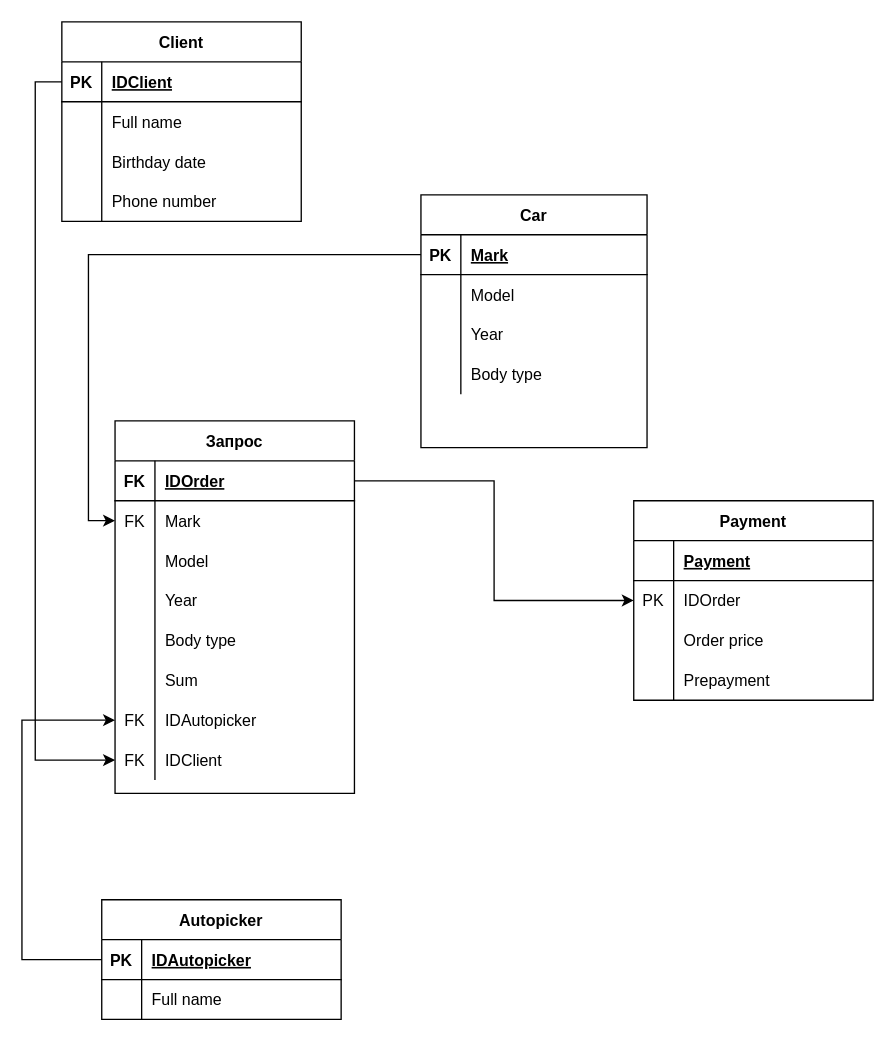
Earlier version of the draw.io diagram ER.drawio (maksaev62/repr1). Source tidied: cells renumbered, new cells numbered last; positions are measured from the earlier drawing's top-left corner, leaving out a move shared by most shapes. Both pictures are drawn from the tidied source at 133%, with x=0, y=0 at pixel (21, 21).
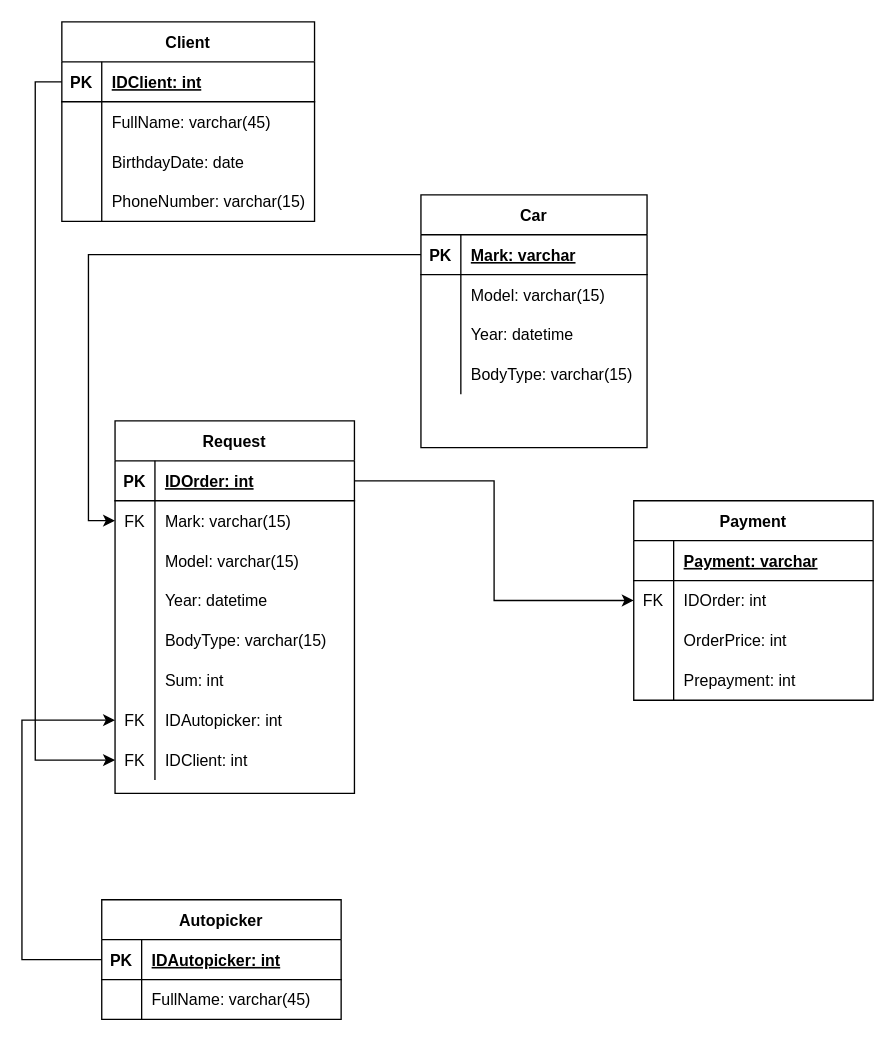
The same diagram, later.

The change refers to these unchanged cells:
```xml
<mxCell id="16" style="shape=partialRectangle;fillColor=none;top=0;left=0;bottom=1;right=0;points=[[0,0.5],[1,0.5]];portConstraint=eastwest;" parent="15" vertex="1">
  <mxGeometry y="30" width="180" height="30" as="geometry" />
</mxCell>
<mxCell id="19" style="shape=partialRectangle;fillColor=none;top=0;left=0;bottom=0;right=0;points=[[0,0.5],[1,0.5]];portConstraint=eastwest;" parent="15" vertex="1">
  <mxGeometry y="60" width="180" height="30" as="geometry" />
</mxCell>
<mxCell id="22" style="shape=partialRectangle;fillColor=none;top=0;left=0;bottom=0;right=0;" parent="15" vertex="1">
  <mxGeometry y="90" width="180" height="30" as="geometry" />
</mxCell>
<mxCell id="25" style="shape=partialRectangle;fillColor=none;top=0;left=0;bottom=0;right=0;" parent="15" vertex="1">
  <mxGeometry y="120" width="180" height="30" as="geometry" />
</mxCell>
<mxCell id="28" style="shape=partialRectangle;fillColor=none;top=0;left=0;bottom=0;right=0;" parent="15" vertex="1">
  <mxGeometry y="150" width="180" height="30" as="geometry" />
</mxCell>
<mxCell id="31" style="shape=partialRectangle;fillColor=none;top=0;left=0;bottom=0;right=0;" parent="15" vertex="1">
  <mxGeometry y="180" width="180" height="30" as="geometry" />
</mxCell>
<mxCell id="34" style="shape=partialRectangle;fillColor=none;top=0;left=0;bottom=0;right=0;points=[[0,0.5],[1,0.5]];portConstraint=eastwest;" parent="15" vertex="1">
  <mxGeometry y="210" width="180" height="30" as="geometry" />
</mxCell>
<mxCell id="37" style="shape=partialRectangle;fillColor=none;top=0;left=0;bottom=0;right=0;points=[[0,0.5],[1,0.5]];portConstraint=eastwest;" parent="15" vertex="1">
  <mxGeometry y="240" width="180" height="30" as="geometry" />
</mxCell>
<mxCell id="41" style="shape=partialRectangle;fillColor=none;top=0;left=0;bottom=1;right=0;points=[[0,0.5],[1,0.5]];portConstraint=eastwest;" parent="40" vertex="1">
  <mxGeometry y="30" width="170" height="30" as="geometry" />
</mxCell>
<mxCell id="44" style="shape=partialRectangle;fillColor=none;top=0;left=0;bottom=0;right=0;" parent="40" vertex="1">
  <mxGeometry y="60" width="170" height="30" as="geometry" />
</mxCell>
<mxCell id="47" style="shape=partialRectangle;fillColor=none;top=0;left=0;bottom=0;right=0;" parent="40" vertex="1">
  <mxGeometry y="90" width="170" height="30" as="geometry" />
</mxCell>
<mxCell id="50" style="shape=partialRectangle;fillColor=none;top=0;left=0;bottom=0;right=0;" parent="40" vertex="1">
  <mxGeometry y="120" width="170" height="30" as="geometry" />
</mxCell>
<mxCell id="54" style="shape=partialRectangle;fillColor=none;top=0;left=0;bottom=1;right=0;points=[[0,0.5],[1,0.5]];portConstraint=eastwest;" parent="53" vertex="1">
  <mxGeometry y="30" width="180" height="30" as="geometry" />
</mxCell>
<mxCell id="57" style="shape=partialRectangle;fillColor=none;top=0;left=0;bottom=0;right=0;" parent="53" vertex="1">
  <mxGeometry y="60" width="180" height="30" as="geometry" />
</mxCell>
<mxCell id="61" style="shape=partialRectangle;fillColor=none;top=0;left=0;bottom=1;right=0;" parent="60" vertex="1">
  <mxGeometry y="30" width="180" height="30" as="geometry" />
</mxCell>
<mxCell id="64" style="shape=partialRectangle;fillColor=none;top=0;left=0;bottom=0;right=0;points=[[0,0.5],[1,0.5]];portConstraint=eastwest;" parent="60" vertex="1">
  <mxGeometry y="60" width="180" height="30" as="geometry" />
</mxCell>
<mxCell id="67" style="shape=partialRectangle;fillColor=none;top=0;left=0;bottom=0;right=0;" parent="60" vertex="1">
  <mxGeometry y="90" width="180" height="30" as="geometry" />
</mxCell>
<mxCell id="70" style="shape=partialRectangle;fillColor=none;top=0;left=0;bottom=0;right=0;" parent="60" vertex="1">
  <mxGeometry y="120" width="180" height="30" as="geometry" />
</mxCell>
```

Change to the diagram source:
```diff
@@
     <mxCell id="2" value="Client" style="shape=table;startSize=30;childLayout=tableLayout;rowLines=0;fontStyle=1;align=center;" parent="1" vertex="1">
-      <mxGeometry x="30" width="180" height="150" as="geometry" />
+      <mxGeometry x="30" width="190" height="150" as="geometry" />
     </mxCell>
     <mxCell id="3" style="shape=partialRectangle;fillColor=none;top=0;left=0;bottom=1;right=0;points=[[0,0.5],[1,0.5]];portConstraint=eastwest;" parent="2" vertex="1">
-      <mxGeometry y="30" width="180" height="30" as="geometry" />
+      <mxGeometry y="30" width="190" height="30" as="geometry" />
     </mxCell>
@@
-    <mxCell id="5" value="IDClient" style="shape=partialRectangle;fillColor=none;top=0;left=0;bottom=0;right=0;align=left;spacingLeft=6;fontStyle=5;overflow=hidden;" parent="3" vertex="1">
-      <mxGeometry x="30" width="150" height="30" as="geometry" />
+    <mxCell id="5" value="IDClient: int" style="shape=partialRectangle;fillColor=none;top=0;left=0;bottom=0;right=0;align=left;spacingLeft=6;fontStyle=5;overflow=hidden;" parent="3" vertex="1">
+      <mxGeometry x="30" width="160" height="30" as="geometry" />
     </mxCell>
     <mxCell id="6" style="shape=partialRectangle;fillColor=none;top=0;left=0;bottom=0;right=0;" parent="2" vertex="1">
-      <mxGeometry y="60" width="180" height="30" as="geometry" />
+      <mxGeometry y="60" width="190" height="30" as="geometry" />
     </mxCell>
@@
-    <mxCell id="8" value="Full name" style="shape=partialRectangle;fillColor=none;top=0;left=0;bottom=0;right=0;align=left;spacingLeft=6;overflow=hidden;" parent="6" vertex="1">
-      <mxGeometry x="30" width="150" height="30" as="geometry" />
+    <mxCell id="8" value="FullName: varchar(45)" style="shape=partialRectangle;fillColor=none;top=0;left=0;bottom=0;right=0;align=left;spacingLeft=6;overflow=hidden;" parent="6" vertex="1">
+      <mxGeometry x="30" width="160" height="30" as="geometry" />
     </mxCell>
     <mxCell id="9" style="shape=partialRectangle;fillColor=none;top=0;left=0;bottom=0;right=0;" parent="2" vertex="1">
-      <mxGeometry y="90" width="180" height="30" as="geometry" />
+      <mxGeometry y="90" width="190" height="30" as="geometry" />
     </mxCell>
@@
-    <mxCell id="11" value="Birthday date" style="shape=partialRectangle;fillColor=none;top=0;left=0;bottom=0;right=0;align=left;spacingLeft=6;overflow=hidden;" parent="9" vertex="1">
-      <mxGeometry x="30" width="150" height="30" as="geometry" />
+    <mxCell id="11" value="BirthdayDate: date" style="shape=partialRectangle;fillColor=none;top=0;left=0;bottom=0;right=0;align=left;spacingLeft=6;overflow=hidden;" parent="9" vertex="1">
+      <mxGeometry x="30" width="160" height="30" as="geometry" />
     </mxCell>
     <mxCell id="12" style="shape=partialRectangle;fillColor=none;top=0;left=0;bottom=0;right=0;" parent="2" vertex="1">
-      <mxGeometry y="120" width="180" height="30" as="geometry" />
+      <mxGeometry y="120" width="190" height="30" as="geometry" />
     </mxCell>
@@
-    <mxCell id="14" value="Phone number" style="shape=partialRectangle;fillColor=none;top=0;left=0;bottom=0;right=0;align=left;spacingLeft=6;overflow=hidden;" parent="12" vertex="1">
-      <mxGeometry x="30" width="150" height="30" as="geometry" />
+    <mxCell id="14" value="PhoneNumber: varchar(15)" style="shape=partialRectangle;fillColor=none;top=0;left=0;bottom=0;right=0;align=left;spacingLeft=6;overflow=hidden;" parent="12" vertex="1">
+      <mxGeometry x="30" width="160" height="30" as="geometry" />
     </mxCell>
-    <mxCell id="15" value="Запрос" style="shape=table;startSize=30;childLayout=tableLayout;rowLines=0;fontStyle=1;align=center;" parent="1" vertex="1">
+    <mxCell id="15" value="Request" style="shape=table;startSize=30;childLayout=tableLayout;rowLines=0;fontStyle=1;align=center;" parent="1" vertex="1">
       <mxGeometry x="70" y="300" width="180" height="280" as="geometry" />
     </mxCell>
@@
-    <mxCell id="17" value="FK" style="shape=partialRectangle;fillColor=none;top=0;left=0;bottom=0;right=0;fontStyle=1;overflow=hidden;" parent="16" vertex="1">
+    <mxCell id="17" value="PK" style="shape=partialRectangle;fillColor=none;top=0;left=0;bottom=0;right=0;fontStyle=1;overflow=hidden;" parent="16" vertex="1">
       <mxGeometry width="30" height="30" as="geometry" />
     </mxCell>
-    <mxCell id="18" value="IDOrder" style="shape=partialRectangle;fillColor=none;top=0;left=0;bottom=0;right=0;align=left;spacingLeft=6;fontStyle=5;overflow=hidden;" parent="16" vertex="1">
+    <mxCell id="18" value="IDOrder: int" style="shape=partialRectangle;fillColor=none;top=0;left=0;bottom=0;right=0;align=left;spacingLeft=6;fontStyle=5;overflow=hidden;" parent="16" vertex="1">
       <mxGeometry x="30" width="150" height="30" as="geometry" />
     </mxCell>
@@
-    <mxCell id="21" value="Mark" style="shape=partialRectangle;fillColor=none;top=0;left=0;bottom=0;right=0;align=left;spacingLeft=6;overflow=hidden;" parent="19" vertex="1">
+    <mxCell id="21" value="Mark: varchar(15)" style="shape=partialRectangle;fillColor=none;top=0;left=0;bottom=0;right=0;align=left;spacingLeft=6;overflow=hidden;" parent="19" vertex="1">
       <mxGeometry x="30" width="150" height="30" as="geometry" />
     </mxCell>
@@
-    <mxCell id="24" value="Model" style="shape=partialRectangle;fillColor=none;top=0;left=0;bottom=0;right=0;align=left;spacingLeft=6;overflow=hidden;" parent="22" vertex="1">
+    <mxCell id="24" value="Model: varchar(15)" style="shape=partialRectangle;fillColor=none;top=0;left=0;bottom=0;right=0;align=left;spacingLeft=6;overflow=hidden;" parent="22" vertex="1">
       <mxGeometry x="30" width="150" height="30" as="geometry" />
     </mxCell>
@@
-    <mxCell id="27" value="Year" style="shape=partialRectangle;fillColor=none;top=0;left=0;bottom=0;right=0;align=left;spacingLeft=6;overflow=hidden;" parent="25" vertex="1">
+    <mxCell id="27" value="Year: datetime" style="shape=partialRectangle;fillColor=none;top=0;left=0;bottom=0;right=0;align=left;spacingLeft=6;overflow=hidden;" parent="25" vertex="1">
       <mxGeometry x="30" width="150" height="30" as="geometry" />
     </mxCell>
@@
-    <mxCell id="30" value="Body type" style="shape=partialRectangle;fillColor=none;top=0;left=0;bottom=0;right=0;align=left;spacingLeft=6;overflow=hidden;" parent="28" vertex="1">
+    <mxCell id="30" value="BodyType: varchar(15)" style="shape=partialRectangle;fillColor=none;top=0;left=0;bottom=0;right=0;align=left;spacingLeft=6;overflow=hidden;" parent="28" vertex="1">
       <mxGeometry x="30" width="150" height="30" as="geometry" />
     </mxCell>
@@
-    <mxCell id="33" value="Sum" style="shape=partialRectangle;fillColor=none;top=0;left=0;bottom=0;right=0;align=left;spacingLeft=6;overflow=hidden;" parent="31" vertex="1">
+    <mxCell id="33" value="Sum: int" style="shape=partialRectangle;fillColor=none;top=0;left=0;bottom=0;right=0;align=left;spacingLeft=6;overflow=hidden;" parent="31" vertex="1">
       <mxGeometry x="30" width="150" height="30" as="geometry" />
     </mxCell>
@@
-    <mxCell id="36" value="IDAutopicker" style="shape=partialRectangle;fillColor=none;top=0;left=0;bottom=0;right=0;align=left;spacingLeft=6;overflow=hidden;" parent="34" vertex="1">
+    <mxCell id="36" value="IDAutopicker: int" style="shape=partialRectangle;fillColor=none;top=0;left=0;bottom=0;right=0;align=left;spacingLeft=6;overflow=hidden;" parent="34" vertex="1">
       <mxGeometry x="30" width="150" height="30" as="geometry" />
     </mxCell>
@@
-    <mxCell id="39" value="IDClient" style="shape=partialRectangle;fillColor=none;top=0;left=0;bottom=0;right=0;align=left;spacingLeft=6;overflow=hidden;" parent="37" vertex="1">
+    <mxCell id="39" value="IDClient: int" style="shape=partialRectangle;fillColor=none;top=0;left=0;bottom=0;right=0;align=left;spacingLeft=6;overflow=hidden;" parent="37" vertex="1">
       <mxGeometry x="30" width="150" height="30" as="geometry" />
     </mxCell>
@@
-    <mxCell id="43" value="Mark" style="shape=partialRectangle;fillColor=none;top=0;left=0;bottom=0;right=0;align=left;spacingLeft=6;fontStyle=5;overflow=hidden;" parent="41" vertex="1">
+    <mxCell id="43" value="Mark: varchar" style="shape=partialRectangle;fillColor=none;top=0;left=0;bottom=0;right=0;align=left;spacingLeft=6;fontStyle=5;overflow=hidden;" parent="41" vertex="1">
       <mxGeometry x="30" width="140" height="30" as="geometry" />
     </mxCell>
@@
-    <mxCell id="46" value="Model" style="shape=partialRectangle;fillColor=none;top=0;left=0;bottom=0;right=0;align=left;spacingLeft=6;overflow=hidden;" parent="44" vertex="1">
+    <mxCell id="46" value="Model: varchar(15)" style="shape=partialRectangle;fillColor=none;top=0;left=0;bottom=0;right=0;align=left;spacingLeft=6;overflow=hidden;" parent="44" vertex="1">
       <mxGeometry x="30" width="140" height="30" as="geometry" />
     </mxCell>
@@
-    <mxCell id="49" value="Year" style="shape=partialRectangle;fillColor=none;top=0;left=0;bottom=0;right=0;align=left;spacingLeft=6;overflow=hidden;" parent="47" vertex="1">
+    <mxCell id="49" value="Year: datetime" style="shape=partialRectangle;fillColor=none;top=0;left=0;bottom=0;right=0;align=left;spacingLeft=6;overflow=hidden;" parent="47" vertex="1">
       <mxGeometry x="30" width="140" height="30" as="geometry" />
     </mxCell>
@@
-    <mxCell id="52" value="Body type" style="shape=partialRectangle;fillColor=none;top=0;left=0;bottom=0;right=0;align=left;spacingLeft=6;overflow=hidden;" parent="50" vertex="1">
+    <mxCell id="52" value="BodyType: varchar(15)" style="shape=partialRectangle;fillColor=none;top=0;left=0;bottom=0;right=0;align=left;spacingLeft=6;overflow=hidden;" parent="50" vertex="1">
       <mxGeometry x="30" width="140" height="30" as="geometry" />
     </mxCell>
@@
-    <mxCell id="56" value="IDAutopicker" style="shape=partialRectangle;fillColor=none;top=0;left=0;bottom=0;right=0;align=left;spacingLeft=6;fontStyle=5;overflow=hidden;" parent="54" vertex="1">
+    <mxCell id="56" value="IDAutopicker: int" style="shape=partialRectangle;fillColor=none;top=0;left=0;bottom=0;right=0;align=left;spacingLeft=6;fontStyle=5;overflow=hidden;" parent="54" vertex="1">
       <mxGeometry x="30" width="150" height="30" as="geometry" />
     </mxCell>
@@
-    <mxCell id="59" value="Full name" style="shape=partialRectangle;fillColor=none;top=0;left=0;bottom=0;right=0;align=left;spacingLeft=6;overflow=hidden;" parent="57" vertex="1">
+    <mxCell id="59" value="FullName: varchar(45)" style="shape=partialRectangle;fillColor=none;top=0;left=0;bottom=0;right=0;align=left;spacingLeft=6;overflow=hidden;" parent="57" vertex="1">
       <mxGeometry x="30" width="150" height="30" as="geometry" />
     </mxCell>
@@
-    <mxCell id="63" value="Payment" style="shape=partialRectangle;fillColor=none;top=0;left=0;bottom=0;right=0;align=left;spacingLeft=6;fontStyle=5;overflow=hidden;" parent="61" vertex="1">
+    <mxCell id="63" value="Payment: varchar" style="shape=partialRectangle;fillColor=none;top=0;left=0;bottom=0;right=0;align=left;spacingLeft=6;fontStyle=5;overflow=hidden;" parent="61" vertex="1">
       <mxGeometry x="30" width="150" height="30" as="geometry" />
     </mxCell>
@@
-    <mxCell id="65" value="PK" style="shape=partialRectangle;fillColor=none;top=0;left=0;bottom=0;right=0;overflow=hidden;" parent="64" vertex="1">
+    <mxCell id="65" value="FK" style="shape=partialRectangle;fillColor=none;top=0;left=0;bottom=0;right=0;overflow=hidden;" parent="64" vertex="1">
       <mxGeometry width="30" height="30" as="geometry" />
     </mxCell>
-    <mxCell id="66" value="IDOrder" style="shape=partialRectangle;fillColor=none;top=0;left=0;bottom=0;right=0;align=left;spacingLeft=6;overflow=hidden;" parent="64" vertex="1">
+    <mxCell id="66" value="IDOrder: int" style="shape=partialRectangle;fillColor=none;top=0;left=0;bottom=0;right=0;align=left;spacingLeft=6;overflow=hidden;" parent="64" vertex="1">
       <mxGeometry x="30" width="150" height="30" as="geometry" />
     </mxCell>
@@
-    <mxCell id="69" value="Order price" style="shape=partialRectangle;fillColor=none;top=0;left=0;bottom=0;right=0;align=left;spacingLeft=6;overflow=hidden;" parent="67" vertex="1">
+    <mxCell id="69" value="OrderPrice: int" style="shape=partialRectangle;fillColor=none;top=0;left=0;bottom=0;right=0;align=left;spacingLeft=6;overflow=hidden;" parent="67" vertex="1">
       <mxGeometry x="30" width="150" height="30" as="geometry" />
     </mxCell>
@@
-    <mxCell id="72" value="Prepayment" style="shape=partialRectangle;fillColor=none;top=0;left=0;bottom=0;right=0;align=left;spacingLeft=6;overflow=hidden;" parent="70" vertex="1">
+    <mxCell id="72" value="Prepayment: int" style="shape=partialRectangle;fillColor=none;top=0;left=0;bottom=0;right=0;align=left;spacingLeft=6;overflow=hidden;" parent="70" vertex="1">
       <mxGeometry x="30" width="150" height="30" as="geometry" />
     </mxCell>
```
